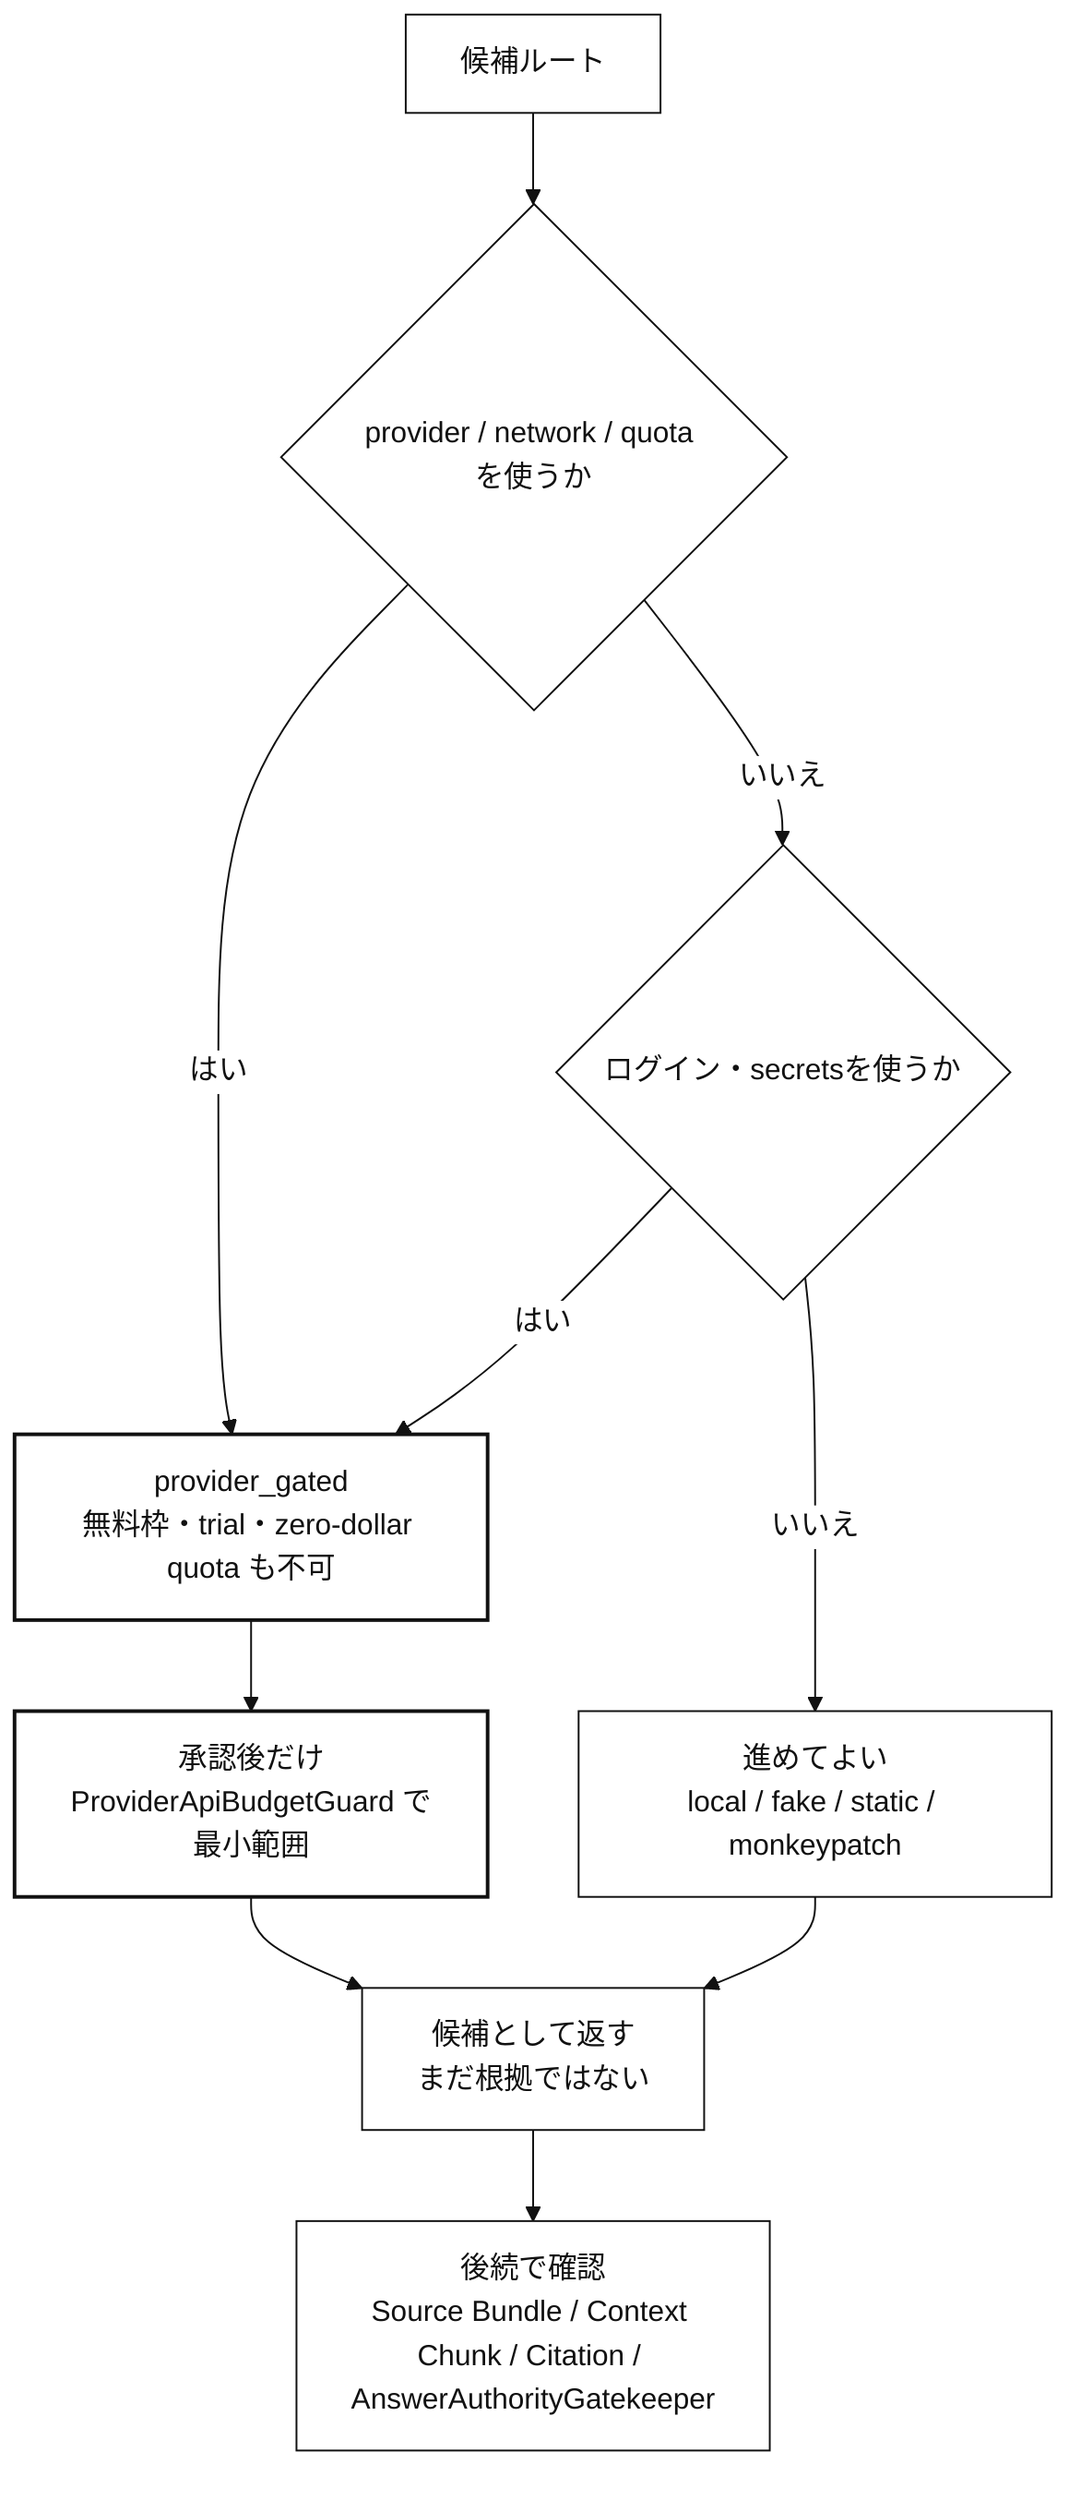
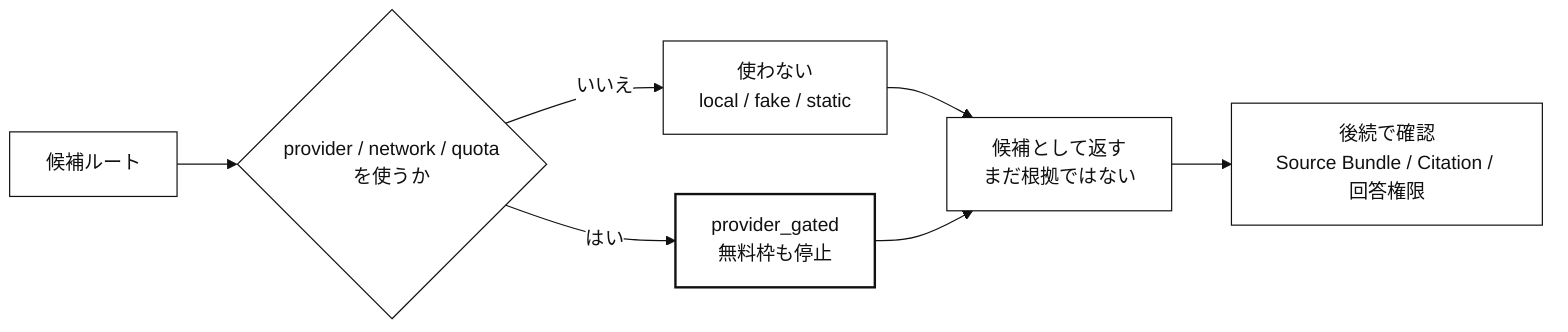
%%{init: {"theme":"base","themeVariables":{"background":"#ffffff","primaryColor":"#ffffff","primaryBorderColor":"#111111","primaryTextColor":"#111111","secondaryColor":"#ffffff","secondaryBorderColor":"#111111","secondaryTextColor":"#111111","tertiaryColor":"#ffffff","tertiaryBorderColor":"#111111","tertiaryTextColor":"#111111","lineColor":"#111111","textColor":"#111111","mainBkg":"#ffffff","secondBkg":"#ffffff","actorBkg":"#ffffff","actorBorder":"#111111","actorTextColor":"#111111","activationBkgColor":"#ffffff","activationBorderColor":"#111111","noteBkgColor":"#ffffff","noteBorderColor":"#111111","labelBoxBkgColor":"#ffffff","labelBoxBorderColor":"#111111","signalColor":"#111111","signalTextColor":"#111111","loopTextColor":"#111111"}}}%%
- flowchart TB
+ flowchart LR
  %% 現状の provider / quota guard 図: provider-backed候補ルートだけを実行前に止める

-   classDef ask fill:#ffffff,stroke:#111111,color:#111111
-   classDef ok fill:#ffffff,stroke:#111111,color:#111111
+   classDef main fill:#ffffff,stroke:#111111,color:#111111
  classDef stop fill:#ffffff,stroke:#111111,color:#111111,stroke-width:2px
-   classDef record fill:#ffffff,stroke:#111111,color:#111111

-   work["候補ルート"]:::ask
-   provider{"provider / network / quota を使うか"}:::ask
-   secret{"ログイン・secretsを使うか"}:::ask
-   allowed["進めてよい<br/>local / fake / static / monkeypatch"]:::ok
-   blocked["provider_gated<br/>無料枠・trial・zero-dollar quota も不可"]:::stop
-   approval["承認後だけ<br/>ProviderApiBudgetGuard で最小範囲"]:::stop
-   candidate["候補として返す<br/>まだ根拠ではない"]:::record
-   evidence["後続で確認<br/>Source Bundle / Context Chunk / Citation / AnswerAuthorityGatekeeper"]:::ok
+   route["候補ルート"]:::main
+   need{"provider / network / quota<br/>を使うか"}:::main
+   local["使わない<br/>local / fake / static"]:::main
+   blocked["provider_gated<br/>無料枠も停止"]:::stop
+   candidate["候補として返す<br/>まだ根拠ではない"]:::main
+   promote["後続で確認<br/>Source Bundle / Citation / 回答権限"]:::main

-   work --> provider
-   provider -->|"はい"| blocked --> approval --> candidate
-   provider -->|"いいえ"| secret
-   secret -->|"はい"| blocked
-   secret -->|"いいえ"| allowed --> candidate
-   candidate --> evidence
+   route --> need
+   need -->|"いいえ"| local --> candidate
+   need -->|"はい"| blocked --> candidate
+   candidate --> promote
